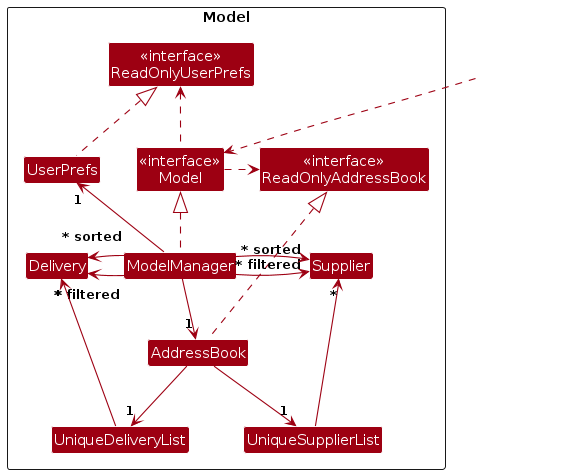
The PlantUML diagram diagrams/ModelClassDiagram.png in prave1n/VendorVault, before a commit. Its source is kept beside it as diagrams/ModelClassDiagram.puml.
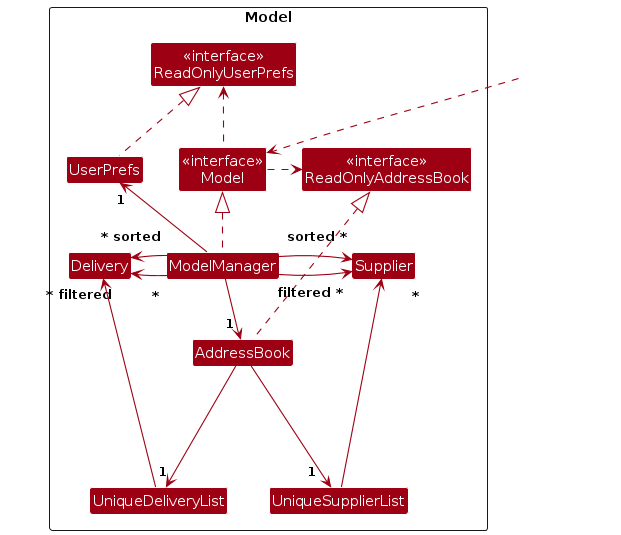
The same diagram one commit later.

Diff of the diagram source:
```diff
@@ -8,6 +8,7 @@
 Class "<<interface>>\nReadOnlyAddressBook" as ReadOnlyAddressBook
 Class "<<interface>>\nReadOnlyUserPrefs" as ReadOnlyUserPrefs
 Class "<<interface>>\nModel" as Model
+
 Class AddressBook
 Class ModelManager
 Class UserPrefs
@@ -28,17 +29,17 @@
 AddressBook .up.|> ReadOnlyAddressBook
 
 ModelManager .up.|> Model
-ModelManager -down-> "1" AddressBook
+ModelManager -down-> "   1" AddressBook
 ModelManager -up-> "1" UserPrefs
 
-ModelManager -left-> "~* filtered" Delivery
-ModelManager -left-> "~* sorted" Delivery
-ModelManager -down-> "~* filtered" Supplier
-ModelManager -right-> "~* sorted" Supplier
+ModelManager --left-> "        * filtered" Delivery
+ModelManager --left-> "  * sorted" Delivery
+ModelManager --right-> "      filtered *" Supplier
+ModelManager --right-> "      sorted *" Supplier
 
-AddressBook -down-> "1" UniqueDeliveryList
-AddressBook -down-> "1" UniqueSupplierList
+AddressBook --down-> "1" UniqueDeliveryList
+AddressBook --down-> "           1" UniqueSupplierList
 
-UniqueSupplierList -left-> "*" Supplier
-UniqueDeliveryList -left-> "*" Delivery
+UniqueSupplierList -left-> "     *" Supplier
+UniqueDeliveryList -up-> "               *" Delivery
 @enduml
```
